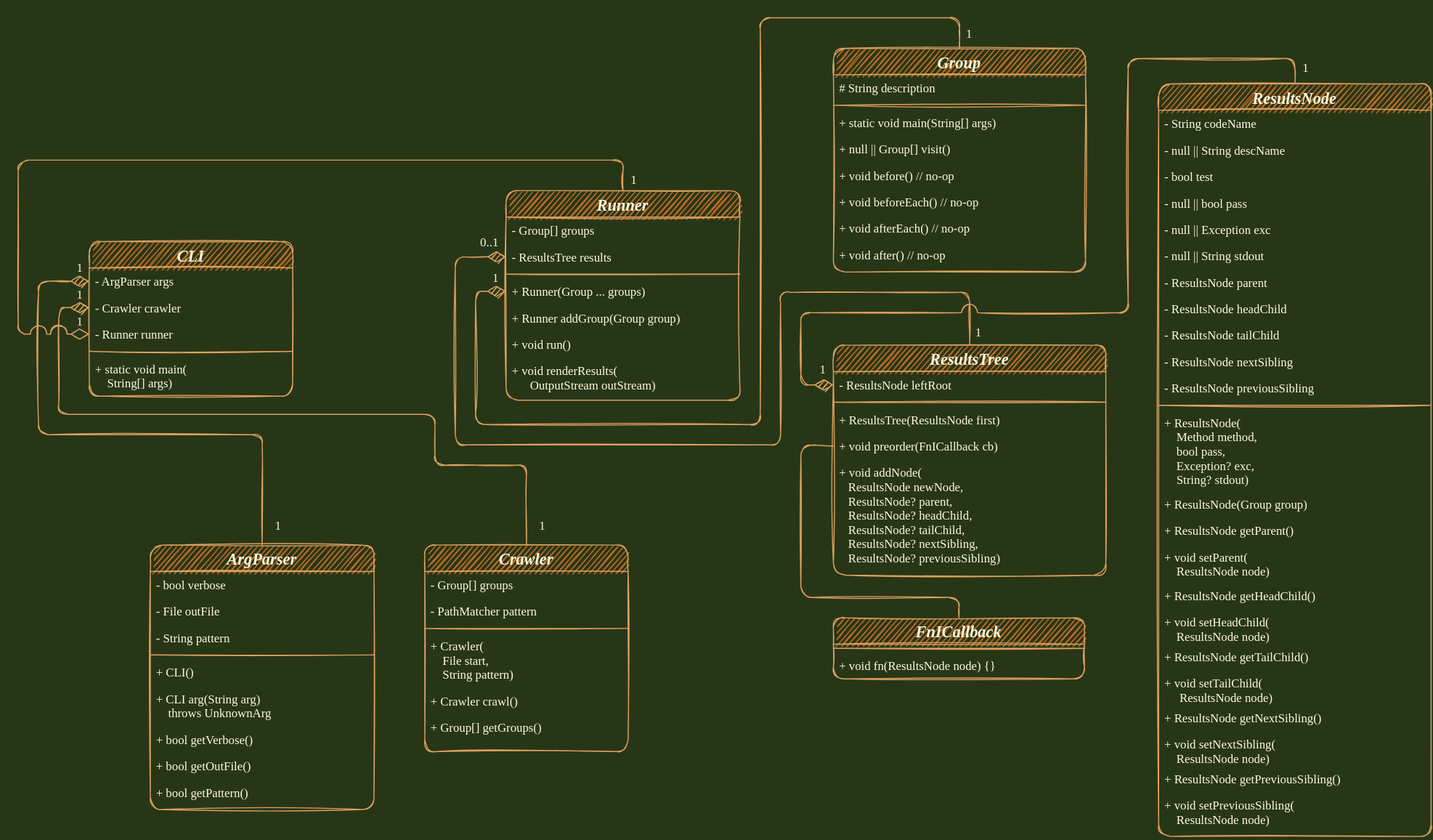
Above: uml.drawio.svg in andrew-chang-dewitt/jspec (draw.io), before the change. Source tidied: cells renumbered, new cells last; positions are measured from the earlier drawing's top-left corner, leaving out a move shared by most shapes.
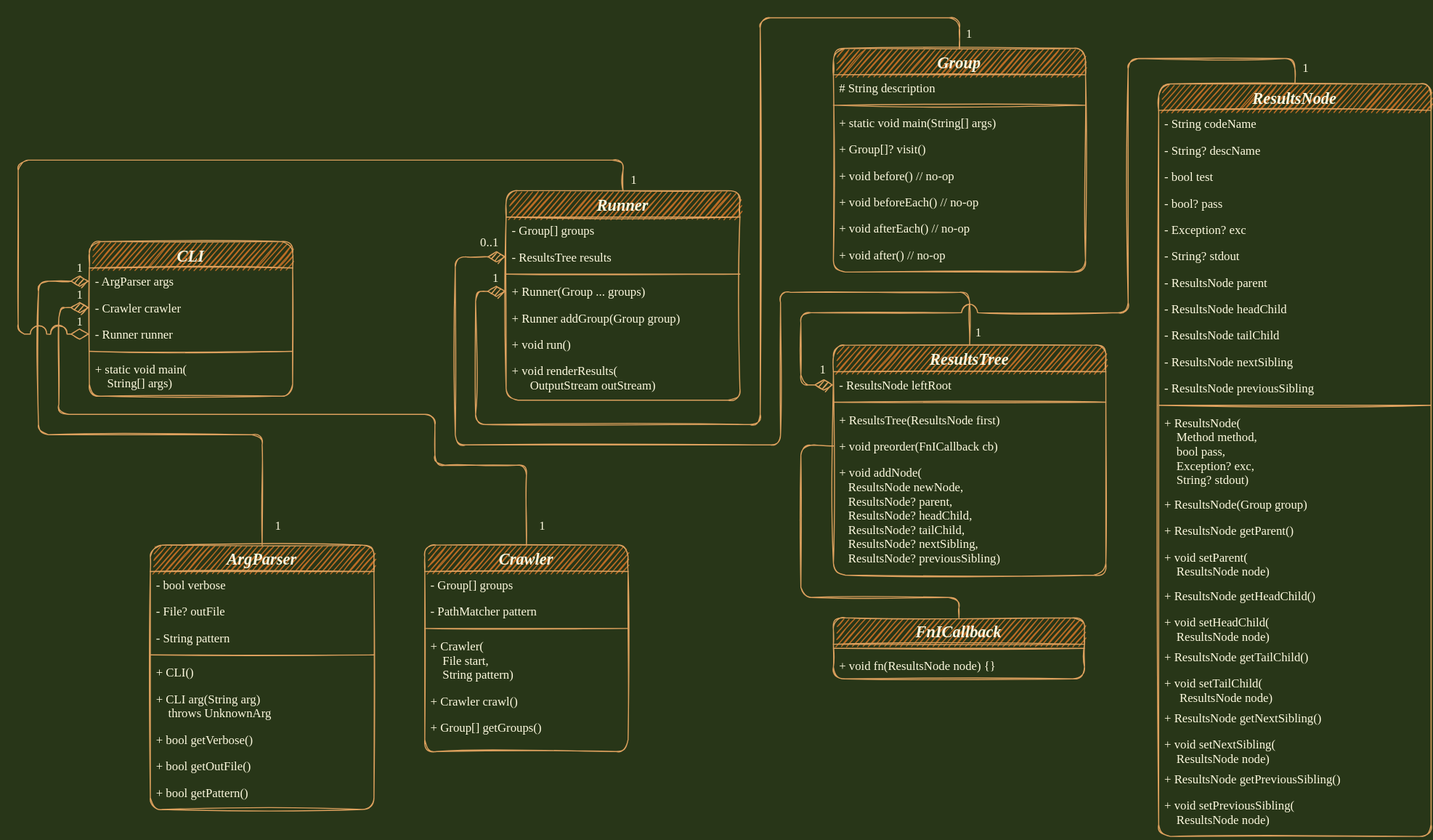
Later version of the same file.

Commit message:
Simplify nullable syntax.

Diff of the diagram source:
```diff
@@ -25,7 +25,7 @@
     <mxCell id="6" value="+ static void main(String[] args)" style="text;align=left;verticalAlign=top;spacingLeft=4;spacingRight=4;overflow=hidden;rounded=1;fontColor=#FEFAE0;sketch=1;fontFamily=Fira Code;fontSource=https%3A%2F%2Ffonts.googleapis.com%2Fcss%3Ffamily%3DFira%2BCode;" parent="3" vertex="1">
       <mxGeometry y="60" width="248" height="26" as="geometry" />
     </mxCell>
-    <mxCell id="7" value="+ null || Group[] visit()" style="text;align=left;verticalAlign=top;spacingLeft=4;spacingRight=4;overflow=hidden;rounded=1;fontColor=#FEFAE0;sketch=1;fontFamily=Fira Code;fontSource=https%3A%2F%2Ffonts.googleapis.com%2Fcss%3Ffamily%3DFira%2BCode;" parent="3" vertex="1">
+    <mxCell id="7" value="+ Group[]? visit()" style="text;align=left;verticalAlign=top;spacingLeft=4;spacingRight=4;overflow=hidden;rounded=1;fontColor=#FEFAE0;sketch=1;fontFamily=Fira Code;fontSource=https%3A%2F%2Ffonts.googleapis.com%2Fcss%3Ffamily%3DFira%2BCode;" parent="3" vertex="1">
       <mxGeometry y="86" width="248" height="26" as="geometry" />
     </mxCell>
     <mxCell id="8" value="+ void before() // no-op" style="text;align=left;verticalAlign=top;spacingLeft=4;spacingRight=4;overflow=hidden;rounded=1;fontColor=#FEFAE0;sketch=1;fontFamily=Fira Code;fontSource=https%3A%2F%2Ffonts.googleapis.com%2Fcss%3Ffamily%3DFira%2BCode;" parent="3" vertex="1">
@@ -122,19 +122,19 @@
     <mxCell id="33" value="- String codeName" style="text;align=left;verticalAlign=top;spacingLeft=4;spacingRight=4;overflow=hidden;rounded=1;fontColor=#FEFAE0;sketch=1;fontFamily=Fira Code;fontSource=https%3A%2F%2Ffonts.googleapis.com%2Fcss%3Ffamily%3DFira%2BCode;" parent="32" vertex="1">
       <mxGeometry y="26" width="268" height="26" as="geometry" />
     </mxCell>
-    <mxCell id="34" value="- null || String descName" style="text;align=left;verticalAlign=top;spacingLeft=4;spacingRight=4;overflow=hidden;rounded=1;fontColor=#FEFAE0;sketch=1;fontFamily=Fira Code;fontSource=https%3A%2F%2Ffonts.googleapis.com%2Fcss%3Ffamily%3DFira%2BCode;" parent="32" vertex="1">
+    <mxCell id="34" value="- String? descName" style="text;align=left;verticalAlign=top;spacingLeft=4;spacingRight=4;overflow=hidden;rounded=1;fontColor=#FEFAE0;sketch=1;fontFamily=Fira Code;fontSource=https%3A%2F%2Ffonts.googleapis.com%2Fcss%3Ffamily%3DFira%2BCode;" parent="32" vertex="1">
       <mxGeometry y="52" width="268" height="26" as="geometry" />
     </mxCell>
     <mxCell id="35" value="- bool test" style="text;align=left;verticalAlign=top;spacingLeft=4;spacingRight=4;overflow=hidden;rounded=1;fontColor=#FEFAE0;sketch=1;fontFamily=Fira Code;fontSource=https%3A%2F%2Ffonts.googleapis.com%2Fcss%3Ffamily%3DFira%2BCode;" parent="32" vertex="1">
       <mxGeometry y="78" width="268" height="26" as="geometry" />
     </mxCell>
-    <mxCell id="36" value="- null || bool pass" style="text;align=left;verticalAlign=top;spacingLeft=4;spacingRight=4;overflow=hidden;rounded=1;fontColor=#FEFAE0;sketch=1;fontFamily=Fira Code;fontSource=https%3A%2F%2Ffonts.googleapis.com%2Fcss%3Ffamily%3DFira%2BCode;" parent="32" vertex="1">
+    <mxCell id="36" value="- bool? pass" style="text;align=left;verticalAlign=top;spacingLeft=4;spacingRight=4;overflow=hidden;rounded=1;fontColor=#FEFAE0;sketch=1;fontFamily=Fira Code;fontSource=https%3A%2F%2Ffonts.googleapis.com%2Fcss%3Ffamily%3DFira%2BCode;" parent="32" vertex="1">
       <mxGeometry y="104" width="268" height="26" as="geometry" />
     </mxCell>
-    <mxCell id="37" value="- null || Exception exc" style="text;align=left;verticalAlign=top;spacingLeft=4;spacingRight=4;overflow=hidden;rounded=1;fontColor=#FEFAE0;sketch=1;fontFamily=Fira Code;fontSource=https%3A%2F%2Ffonts.googleapis.com%2Fcss%3Ffamily%3DFira%2BCode;" parent="32" vertex="1">
+    <mxCell id="37" value="- Exception? exc" style="text;align=left;verticalAlign=top;spacingLeft=4;spacingRight=4;overflow=hidden;rounded=1;fontColor=#FEFAE0;sketch=1;fontFamily=Fira Code;fontSource=https%3A%2F%2Ffonts.googleapis.com%2Fcss%3Ffamily%3DFira%2BCode;" parent="32" vertex="1">
       <mxGeometry y="130" width="268" height="26" as="geometry" />
     </mxCell>
-    <mxCell id="38" value="- null || String stdout" style="text;align=left;verticalAlign=top;spacingLeft=4;spacingRight=4;overflow=hidden;rounded=1;fontColor=#FEFAE0;sketch=1;fontFamily=Fira Code;fontSource=https%3A%2F%2Ffonts.googleapis.com%2Fcss%3Ffamily%3DFira%2BCode;" parent="32" vertex="1">
+    <mxCell id="38" value="- String? stdout" style="text;align=left;verticalAlign=top;spacingLeft=4;spacingRight=4;overflow=hidden;rounded=1;fontColor=#FEFAE0;sketch=1;fontFamily=Fira Code;fontSource=https%3A%2F%2Ffonts.googleapis.com%2Fcss%3Ffamily%3DFira%2BCode;" parent="32" vertex="1">
       <mxGeometry y="156" width="268" height="26" as="geometry" />
     </mxCell>
     <mxCell id="39" value="- ResultsNode parent" style="text;align=left;verticalAlign=top;spacingLeft=4;spacingRight=4;overflow=hidden;rounded=1;fontColor=#FEFAE0;sketch=1;fontFamily=Fira Code;fontSource=https%3A%2F%2Ffonts.googleapis.com%2Fcss%3Ffamily%3DFira%2BCode;" parent="32" vertex="1">
@@ -222,7 +222,7 @@
     <mxCell id="64" value="- bool verbose" style="text;align=left;verticalAlign=top;spacingLeft=4;spacingRight=4;overflow=hidden;rounded=1;fontColor=#FEFAE0;sketch=1;fontFamily=Fira Code;fontSource=https%3A%2F%2Ffonts.googleapis.com%2Fcss%3Ffamily%3DFira%2BCode;" parent="63" vertex="1">
       <mxGeometry y="26" width="220" height="26" as="geometry" />
     </mxCell>
-    <mxCell id="65" value="- File outFile" style="text;align=left;verticalAlign=top;spacingLeft=4;spacingRight=4;overflow=hidden;rounded=1;fontColor=#FEFAE0;sketch=1;fontFamily=Fira Code;fontSource=https%3A%2F%2Ffonts.googleapis.com%2Fcss%3Ffamily%3DFira%2BCode;" parent="63" vertex="1">
+    <mxCell id="65" value="- File? outFile" style="text;align=left;verticalAlign=top;spacingLeft=4;spacingRight=4;overflow=hidden;rounded=1;fontColor=#FEFAE0;sketch=1;fontFamily=Fira Code;fontSource=https%3A%2F%2Ffonts.googleapis.com%2Fcss%3Ffamily%3DFira%2BCode;" parent="63" vertex="1">
       <mxGeometry y="52" width="220" height="26" as="geometry" />
     </mxCell>
     <mxCell id="66" value="- String pattern" style="text;align=left;verticalAlign=top;spacingLeft=4;spacingRight=4;overflow=hidden;rounded=1;fontColor=#FEFAE0;sketch=1;fontFamily=Fira Code;fontSource=https%3A%2F%2Ffonts.googleapis.com%2Fcss%3Ffamily%3DFira%2BCode;" parent="63" vertex="1">
```
